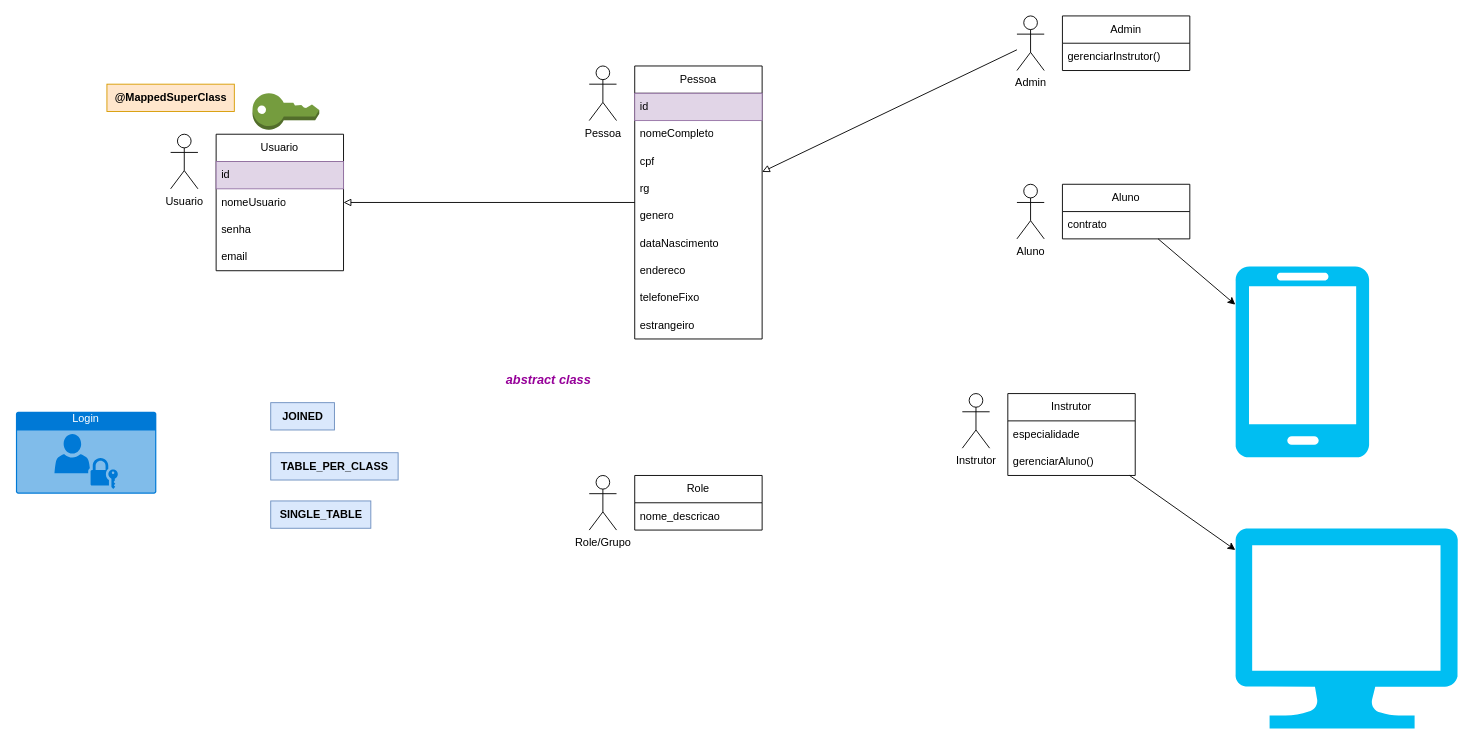
Before: page "Security" (6 of 6) of docs/_backend_docs/diagramas/UML.drawio in Vitor-rs/AgePlan_backend_project, a draw.io diagram. Source tidied: cells renumbered, new cells numbered last; positions are measured from the earlier drawing's top-left corner, leaving out a move shared by most shapes. Both pictures are drawn from the tidied source at 91%, with x=0, y=0 at pixel (15, 15).
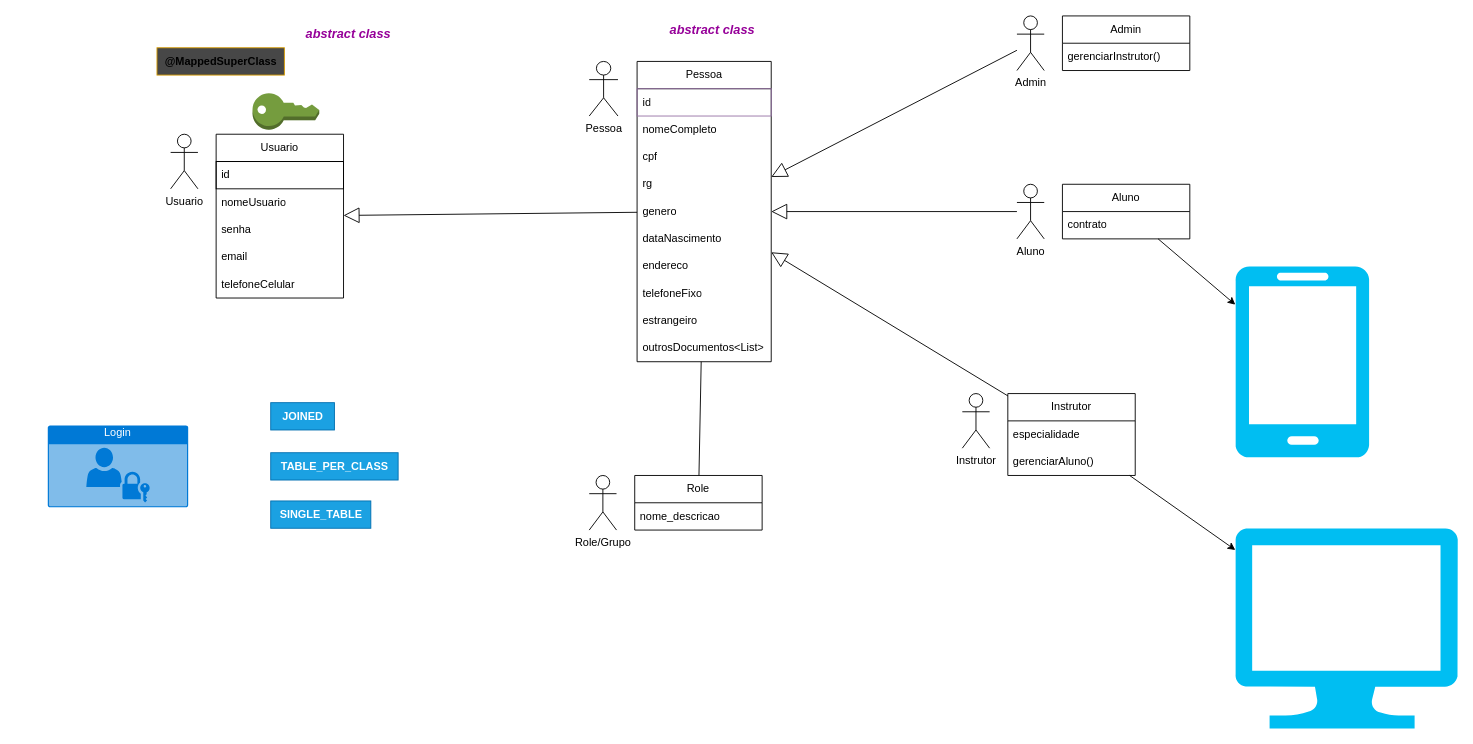
The same diagram, later.

The change refers to these unchanged cells:
```xml
<mxCell id="3" value="Aluno" style="shape=umlActor;verticalLabelPosition=bottom;verticalAlign=top;html=1;outlineConnect=0;" parent="2" vertex="1">
  <mxGeometry width="30" height="60" as="geometry" />
</mxCell>
<mxCell id="24" value="Role" style="swimlane;fontStyle=0;horizontal=1;startSize=30;whiteSpace=wrap;html=1;" parent="22" vertex="1">
  <mxGeometry x="50" width="140" height="60" as="geometry" />
</mxCell>
<mxCell id="28" value="Instrutor" style="swimlane;fontStyle=0;horizontal=1;startSize=30;whiteSpace=wrap;html=1;" parent="26" vertex="1">
  <mxGeometry x="50" width="140" height="90" as="geometry" />
</mxCell>
<mxCell id="37" value="Admin" style="shape=umlActor;verticalLabelPosition=bottom;verticalAlign=top;html=1;outlineConnect=0;" parent="36" vertex="1">
  <mxGeometry width="30" height="60" as="geometry" />
</mxCell>
<mxCell id="40" style="group;" parent="1" vertex="1">
  <mxGeometry x="170" y="90" width="190" height="220" as="geometry" />
</mxCell>
<mxCell id="41" style="group;" parent="40" vertex="1">
  <mxGeometry y="40" width="190" height="180" as="geometry" />
</mxCell>
```

What changed in the source:
```diff
@@
     <mxCell id="6" value="abstract class" style="text;html=1;align=center;verticalAlign=middle;fontStyle=3;fontColor=#960099;fontSize=14;" parent="1" vertex="1">
-      <mxGeometry x="530" y="385" width="110" height="30" as="geometry" />
+      <mxGeometry x="310" y="5" width="110" height="30" as="geometry" />
     </mxCell>
-    <mxCell id="7" value="JOINED" style="text;html=1;align=center;verticalAlign=middle;strokeColor=#6c8ebf;fillColor=#dae8fc;fontStyle=1;" parent="1" vertex="1">
+    <mxCell id="7" value="JOINED" style="text;html=1;align=center;verticalAlign=middle;strokeColor=#006EAF;fillColor=#1ba1e2;fontStyle=1;fontColor=#ffffff;" parent="1" vertex="1">
       <mxGeometry x="280" y="425" width="70" height="30" as="geometry" />
     </mxCell>
-    <mxCell id="8" value="TABLE_PER_CLASS" style="text;html=1;align=center;verticalAlign=middle;strokeColor=#6c8ebf;fillColor=#dae8fc;fontStyle=1;" parent="1" vertex="1">
+    <mxCell id="8" value="TABLE_PER_CLASS" style="text;html=1;align=center;verticalAlign=middle;strokeColor=#006EAF;fillColor=#1ba1e2;fontStyle=1;fontColor=#ffffff;" parent="1" vertex="1">
       <mxGeometry x="280" y="480" width="140" height="30" as="geometry" />
     </mxCell>
-    <mxCell id="9" value="SINGLE_TABLE" style="text;html=1;align=center;verticalAlign=middle;strokeColor=#6c8ebf;fillColor=#dae8fc;fontStyle=1;" parent="1" vertex="1">
+    <mxCell id="9" value="SINGLE_TABLE" style="text;html=1;align=center;verticalAlign=middle;strokeColor=#006EAF;fillColor=#1ba1e2;fontStyle=1;fontColor=#ffffff;" parent="1" vertex="1">
       <mxGeometry x="280" y="533" width="110" height="30" as="geometry" />
     </mxCell>
     <mxCell id="10" style="group;" parent="1" vertex="1">
-      <mxGeometry x="630" y="55" width="190" height="300" as="geometry" />
+      <mxGeometry x="630" y="50" width="200" height="300" as="geometry" />
     </mxCell>
     <mxCell id="11" value="Pessoa" style="shape=umlActor;verticalLabelPosition=bottom;verticalAlign=top;html=1;" parent="10" vertex="1">
-      <mxGeometry width="30" height="60" as="geometry" />
+      <mxGeometry width="31.6" height="60" as="geometry" />
     </mxCell>
     <mxCell id="12" value="Pessoa" style="swimlane;fontStyle=0;horizontal=1;startSize=30;whiteSpace=wrap;html=1;" parent="10" vertex="1">
-      <mxGeometry x="50" width="140" height="300" as="geometry" />
+      <mxGeometry x="52.6" width="147.4" height="330" as="geometry" />
     </mxCell>
-    <mxCell id="13" value="id" style="text;strokeColor=#9673a6;fillColor=#e1d5e7;align=left;verticalAlign=middle;spacingLeft=4;spacingRight=4;overflow=hidden;whiteSpace=wrap;html=1;" parent="12" vertex="1">
-      <mxGeometry y="30" width="140" height="30" as="geometry" />
+    <mxCell id="13" value="id" style="text;strokeColor=#9673a6;fillColor=none;align=left;verticalAlign=middle;spacingLeft=4;spacingRight=4;overflow=hidden;whiteSpace=wrap;html=1;" parent="12" vertex="1">
+      <mxGeometry y="30" width="147.4" height="30" as="geometry" />
     </mxCell>
     <mxCell id="14" value="nomeCompleto" style="text;strokeColor=none;fillColor=none;align=left;verticalAlign=middle;spacingLeft=4;spacingRight=4;overflow=hidden;whiteSpace=wrap;html=1;" parent="12" vertex="1">
-      <mxGeometry y="60" width="140" height="30" as="geometry" />
+      <mxGeometry y="60" width="147.4" height="30" as="geometry" />
     </mxCell>
     <mxCell id="15" value="cpf" style="text;strokeColor=none;fillColor=none;align=left;verticalAlign=middle;spacingLeft=4;spacingRight=4;overflow=hidden;whiteSpace=wrap;html=1;" parent="12" vertex="1">
-      <mxGeometry y="90" width="140" height="30" as="geometry" />
+      <mxGeometry y="90" width="147.4" height="30" as="geometry" />
     </mxCell>
     <mxCell id="16" value="rg" style="text;strokeColor=none;fillColor=none;align=left;verticalAlign=middle;spacingLeft=4;spacingRight=4;overflow=hidden;whiteSpace=wrap;html=1;" parent="12" vertex="1">
-      <mxGeometry y="120" width="140" height="30" as="geometry" />
+      <mxGeometry y="120" width="147.4" height="30" as="geometry" />
     </mxCell>
     <mxCell id="17" value="genero" style="text;strokeColor=none;fillColor=none;align=left;verticalAlign=middle;spacingLeft=4;spacingRight=4;overflow=hidden;whiteSpace=wrap;html=1;" parent="12" vertex="1">
-      <mxGeometry y="150" width="140" height="30" as="geometry" />
+      <mxGeometry y="150" width="147.4" height="30" as="geometry" />
     </mxCell>
     <mxCell id="18" value="dataNascimento" style="text;strokeColor=none;fillColor=none;align=left;verticalAlign=middle;spacingLeft=4;spacingRight=4;overflow=hidden;whiteSpace=wrap;html=1;" parent="12" vertex="1">
-      <mxGeometry y="180" width="140" height="30" as="geometry" />
+      <mxGeometry y="180" width="147.4" height="30" as="geometry" />
     </mxCell>
     <mxCell id="19" value="endereco" style="text;strokeColor=none;fillColor=none;align=left;verticalAlign=middle;spacingLeft=4;spacingRight=4;overflow=hidden;whiteSpace=wrap;html=1;" parent="12" vertex="1">
-      <mxGeometry y="210" width="140" height="30" as="geometry" />
+      <mxGeometry y="210" width="147.4" height="30" as="geometry" />
     </mxCell>
     <mxCell id="20" value="telefoneFixo" style="text;strokeColor=none;fillColor=none;align=left;verticalAlign=middle;spacingLeft=4;spacingRight=4;overflow=hidden;whiteSpace=wrap;html=1;" parent="12" vertex="1">
-      <mxGeometry y="240" width="140" height="30" as="geometry" />
+      <mxGeometry y="240" width="147.4" height="30" as="geometry" />
     </mxCell>
     <mxCell id="21" value="estrangeiro" style="text;strokeColor=none;fillColor=none;align=left;verticalAlign=middle;spacingLeft=4;spacingRight=4;overflow=hidden;whiteSpace=wrap;html=1;" parent="12" vertex="1">
-      <mxGeometry y="270" width="140" height="30" as="geometry" />
+      <mxGeometry y="270" width="147.4" height="30" as="geometry" />
     </mxCell>
+    <mxCell id="52" value="outrosDocumentos&amp;lt;List&amp;gt;" style="text;strokeColor=none;fillColor=none;align=left;verticalAlign=middle;spacingLeft=4;spacingRight=4;overflow=hidden;whiteSpace=wrap;html=1;" parent="12" vertex="1">
+      <mxGeometry y="300" width="147.4" height="30" as="geometry" />
+    </mxCell>
@@
     <mxCell id="31" value="Login" style="html=1;whiteSpace=wrap;strokeColor=none;fillColor=#0079D6;labelPosition=center;verticalLabelPosition=middle;verticalAlign=top;align=center;fontSize=12;spacingTop=-6;fontColor=#FFFFFF;sketch=0;shape=mxgraph.sitemap.login;" parent="1" vertex="1">
-      <mxGeometry y="435" width="154.3" height="90" as="geometry" />
+      <mxGeometry x="35" y="450" width="154.3" height="90" as="geometry" />
     </mxCell>
@@
     <mxCell id="43" value="Usuario" style="swimlane;fontStyle=0;horizontal=1;startSize=30;whiteSpace=wrap;html=1;" parent="41" vertex="1">
-      <mxGeometry x="50" width="140" height="150" as="geometry" />
+      <mxGeometry x="50" width="140" height="180" as="geometry" />
     </mxCell>
-    <mxCell id="44" value="id" style="text;strokeColor=#9673a6;fillColor=#e1d5e7;align=left;verticalAlign=middle;spacingLeft=4;spacingRight=4;overflow=hidden;whiteSpace=wrap;html=1;" parent="43" vertex="1">
+    <mxCell id="44" value="id" style="text;strokeColor=default;fillColor=none;align=left;verticalAlign=middle;spacingLeft=4;spacingRight=4;overflow=hidden;whiteSpace=wrap;html=1;" parent="43" vertex="1">
       <mxGeometry y="30" width="140" height="30" as="geometry" />
     </mxCell>
@@
+    <mxCell id="53" value="telefoneCelular" style="text;strokeColor=none;fillColor=none;align=left;verticalAlign=middle;spacingLeft=4;spacingRight=4;overflow=hidden;whiteSpace=wrap;html=1;" parent="43" vertex="1">
+      <mxGeometry y="150" width="140" height="30" as="geometry" />
+    </mxCell>
@@
-    <mxCell id="49" value="@MappedSuperClass" style="text;html=1;align=center;verticalAlign=middle;strokeColor=#d79b00;fillColor=#ffe6cc;fontStyle=1;" parent="40" vertex="1">
-      <mxGeometry x="-70" y="-15" width="140" height="30" as="geometry" />
-    </mxCell>
-    <mxCell id="50" style="rounded=0;jettySize=auto;html=1;endArrow=block;endFill=0;" parent="1" edge="1" source="12" target="43">
+    <mxCell id="50" style="rounded=0;jettySize=auto;html=1;endArrow=block;endFill=0;endSize=15;" parent="1" edge="1" source="12" target="43">
       <mxGeometry relative="1" as="geometry" />
     </mxCell>
-    <mxCell id="51" style="rounded=0;jettySize=auto;html=1;endArrow=block;endFill=0;" parent="1" edge="1" source="37" target="12">
+    <mxCell id="51" style="rounded=0;jettySize=auto;html=1;endArrow=block;endFill=0;endSize=15;" parent="1" edge="1" source="37" target="12">
       <mxGeometry relative="1" as="geometry" />
     </mxCell>
+    <mxCell id="49" value="@MappedSuperClass" style="text;html=1;align=center;verticalAlign=middle;strokeColor=#d79b00;fillColor=#474747;fontStyle=1;" parent="1" vertex="1">
+      <mxGeometry x="155" y="35" width="140" height="30" as="geometry" />
+    </mxCell>
+    <mxCell id="54" value="abstract class" style="text;html=1;align=center;verticalAlign=middle;fontStyle=3;fontColor=#960099;fontSize=14;" parent="1" vertex="1">
+      <mxGeometry x="710" width="110" height="30" as="geometry" />
+    </mxCell>
+    <mxCell id="55" style="rounded=0;jettySize=auto;html=1;endArrow=block;endFill=0;endSize=15;" parent="1" edge="1" source="3" target="12">
+      <mxGeometry relative="1" as="geometry" />
+    </mxCell>
+    <mxCell id="56" style="edgeStyle=none;rounded=0;jettySize=auto;html=1;endArrow=block;endFill=0;endSize=15;" parent="1" edge="1" source="28" target="12">
+      <mxGeometry relative="1" as="geometry" />
+    </mxCell>
+    <mxCell id="57" style="edgeStyle=none;rounded=0;jettySize=auto;html=1;endArrow=none;endFill=0;endSize=15;" parent="1" edge="1" source="12" target="24">
+      <mxGeometry relative="1" as="geometry" />
+    </mxCell>
```
